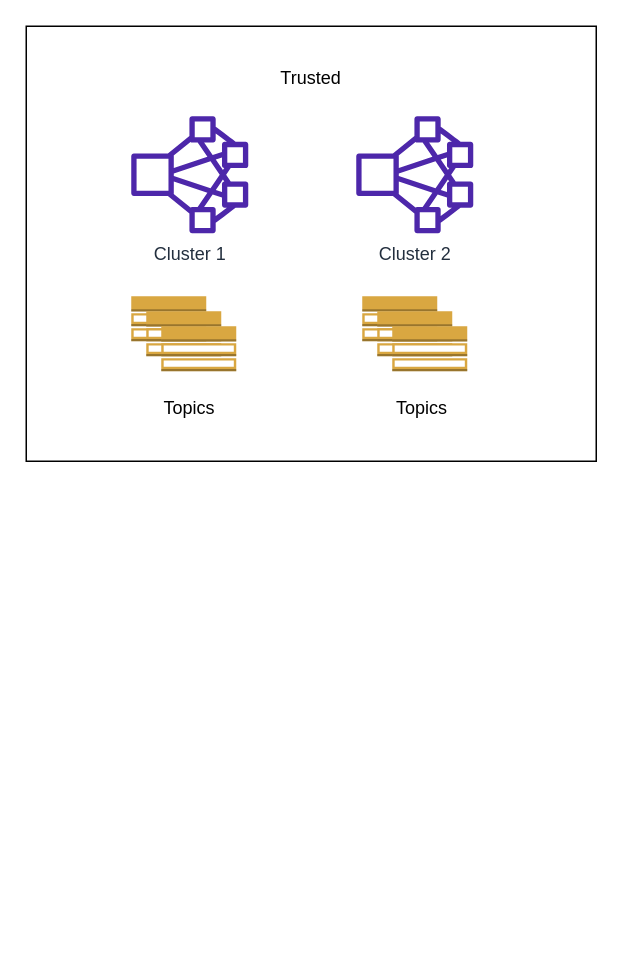
Before: Confluent Workflow.drawio in ncinco/Confluent.Terraform, a draw.io diagram. Source tidied: cells renumbered, new cells numbered last; positions are measured from the earlier drawing's top-left corner, leaving out a move shared by most shapes. Both pictures are drawn from the tidied source at 150%, with x=0, y=0 at pixel (26, 26).
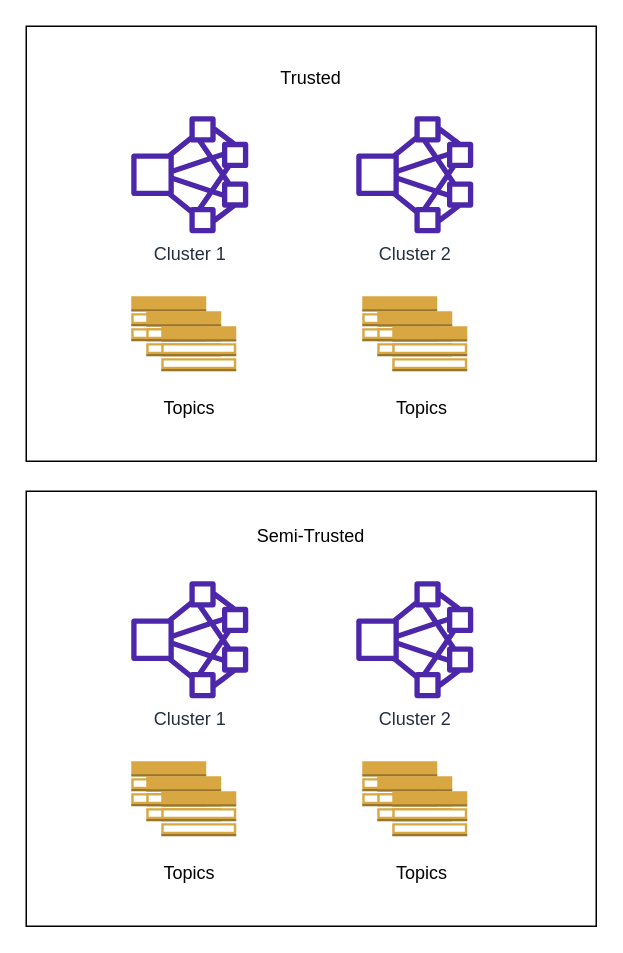
The same diagram, later.

What changed in the source:
```diff
@@
+    <mxCell id="14" style="rounded=0;whiteSpace=wrap;html=1;" parent="1" vertex="1">
+      <mxGeometry y="310" width="380" height="290" as="geometry" />
+    </mxCell>
+    <mxCell id="15" value="Cluster 1" style="sketch=0;fontColor=#232F3E;gradientColor=none;fillColor=#4D27AA;strokeColor=none;dashed=0;verticalLabelPosition=bottom;verticalAlign=top;align=center;html=1;fontSize=12;fontStyle=0;shape=mxgraph.aws4.cluster;" parent="1" vertex="1">
+      <mxGeometry x="70" y="370" width="78" height="78" as="geometry" />
+    </mxCell>
+    <mxCell id="16" value="Cluster 2" style="sketch=0;fontColor=#232F3E;gradientColor=none;fillColor=#4D27AA;strokeColor=none;dashed=0;verticalLabelPosition=bottom;verticalAlign=top;align=center;html=1;fontSize=12;fontStyle=0;shape=mxgraph.aws4.cluster;" parent="1" vertex="1">
+      <mxGeometry x="220" y="370" width="78" height="78" as="geometry" />
+    </mxCell>
+    <mxCell id="17" style="dashed=0;verticalLabelPosition=bottom;verticalAlign=top;align=center;html=1;shape=mxgraph.aws3.topic_2;fillColor=#D9A741;gradientColor=none;" parent="1" vertex="1">
+      <mxGeometry x="70" y="490" width="50" height="30" as="geometry" />
+    </mxCell>
+    <mxCell id="18" style="dashed=0;verticalLabelPosition=bottom;verticalAlign=top;align=center;html=1;shape=mxgraph.aws3.topic_2;fillColor=#D9A741;gradientColor=none;" parent="1" vertex="1">
+      <mxGeometry x="80" y="500" width="50" height="30" as="geometry" />
+    </mxCell>
+    <mxCell id="19" style="dashed=0;verticalLabelPosition=bottom;verticalAlign=top;align=center;html=1;shape=mxgraph.aws3.topic_2;fillColor=#D9A741;gradientColor=none;" parent="1" vertex="1">
+      <mxGeometry x="90" y="510" width="50" height="30" as="geometry" />
+    </mxCell>
+    <mxCell id="20" style="dashed=0;verticalLabelPosition=bottom;verticalAlign=top;align=center;html=1;shape=mxgraph.aws3.topic_2;fillColor=#D9A741;gradientColor=none;" parent="1" vertex="1">
+      <mxGeometry x="224" y="490" width="50" height="30" as="geometry" />
+    </mxCell>
+    <mxCell id="21" style="dashed=0;verticalLabelPosition=bottom;verticalAlign=top;align=center;html=1;shape=mxgraph.aws3.topic_2;fillColor=#D9A741;gradientColor=none;" parent="1" vertex="1">
+      <mxGeometry x="234" y="500" width="50" height="30" as="geometry" />
+    </mxCell>
+    <mxCell id="22" style="dashed=0;verticalLabelPosition=bottom;verticalAlign=top;align=center;html=1;shape=mxgraph.aws3.topic_2;fillColor=#D9A741;gradientColor=none;" parent="1" vertex="1">
+      <mxGeometry x="244" y="510" width="50" height="30" as="geometry" />
+    </mxCell>
+    <mxCell id="23" value="Semi-Trusted" style="text;html=1;strokeColor=none;fillColor=none;align=center;verticalAlign=middle;whiteSpace=wrap;rounded=0;" parent="1" vertex="1">
+      <mxGeometry x="145" y="325" width="90" height="30" as="geometry" />
+    </mxCell>
+    <mxCell id="24" value="Topics" style="text;html=1;strokeColor=none;fillColor=none;align=center;verticalAlign=middle;whiteSpace=wrap;rounded=0;" parent="1" vertex="1">
+      <mxGeometry x="79" y="550" width="60" height="30" as="geometry" />
+    </mxCell>
+    <mxCell id="25" value="Topics" style="text;html=1;strokeColor=none;fillColor=none;align=center;verticalAlign=middle;whiteSpace=wrap;rounded=0;" parent="1" vertex="1">
+      <mxGeometry x="234" y="550" width="60" height="30" as="geometry" />
+    </mxCell>
```
